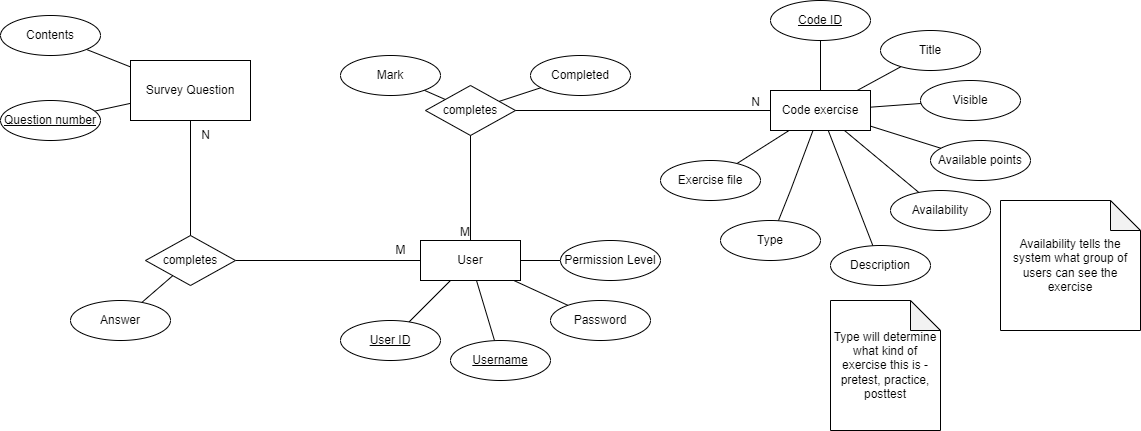
Earlier version of the draw.io export design/ERD.png (otto2048/honours-project). Source tidied: cells renumbered, new cells last; positions are measured from the earlier drawing's top-left corner, leaving out a move shared by most shapes.
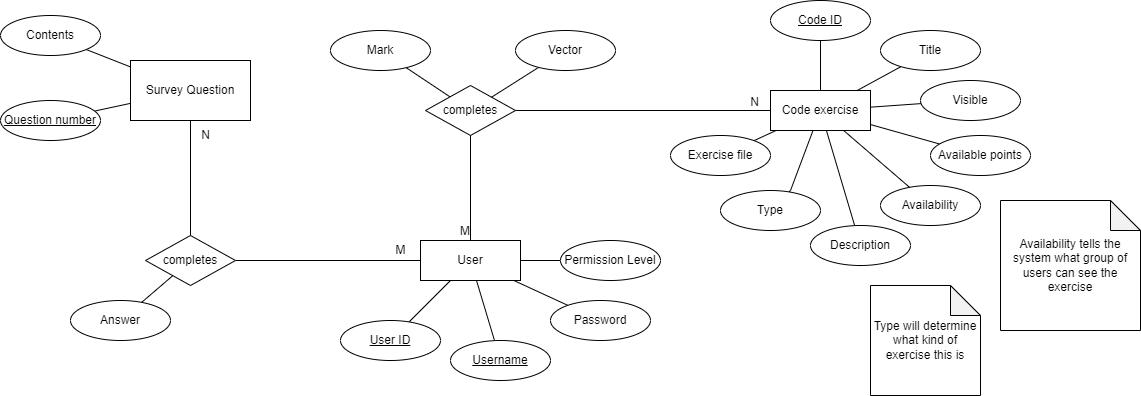
Above is the later version.

Change to the diagram source:
```diff
@@ -41,10 +41,10 @@
       </mxGeometry>
     </mxCell>
     <mxCell id="12" value="Type" style="ellipse;whiteSpace=wrap;html=1;align=center;" parent="1" vertex="1">
-      <mxGeometry x="720" y="220" width="100" height="40" as="geometry" />
+      <mxGeometry x="720" y="190" width="100" height="40" as="geometry" />
     </mxCell>
     <mxCell id="13" value="Mark" style="ellipse;whiteSpace=wrap;html=1;align=center;" parent="1" vertex="1">
-      <mxGeometry x="340" y="55" width="100" height="40" as="geometry" />
+      <mxGeometry x="330" y="30" width="100" height="40" as="geometry" />
     </mxCell>
     <mxCell id="14" style="rounded=0;jettySize=auto;html=1;endArrow=none;endFill=0;" parent="1" edge="1" source="15" target="4">
       <mxGeometry relative="1" as="geometry" />
@@ -80,16 +80,16 @@
       <mxGeometry relative="1" as="geometry" />
     </mxCell>
     <mxCell id="25" value="Description" style="ellipse;whiteSpace=wrap;html=1;align=center;" parent="1" vertex="1">
-      <mxGeometry x="830" y="245" width="100" height="40" as="geometry" />
+      <mxGeometry x="810" y="225" width="100" height="40" as="geometry" />
     </mxCell>
     <mxCell id="26" style="rounded=0;jettySize=auto;html=1;endArrow=none;endFill=0;" parent="1" edge="1" source="27" target="2">
       <mxGeometry relative="1" as="geometry" />
     </mxCell>
     <mxCell id="27" value="Exercise file" style="ellipse;whiteSpace=wrap;html=1;align=center;" parent="1" vertex="1">
-      <mxGeometry x="660" y="160" width="100" height="40" as="geometry" />
+      <mxGeometry x="670" y="135" width="100" height="40" as="geometry" />
     </mxCell>
-    <mxCell id="28" value="Type will determine what kind of exercise this is - pretest, practice, posttest" style="shape=note;whiteSpace=wrap;html=1;backgroundOutline=1;darkOpacity=0.05;" parent="1" vertex="1">
-      <mxGeometry x="830" y="300" width="110" height="130" as="geometry" />
+    <mxCell id="28" value="Type will determine what kind of exercise this is" style="shape=note;whiteSpace=wrap;html=1;backgroundOutline=1;darkOpacity=0.05;" parent="1" vertex="1">
+      <mxGeometry x="870" y="285" width="110" height="110" as="geometry" />
     </mxCell>
     <mxCell id="29" style="rounded=0;jettySize=auto;html=1;endArrow=none;endFill=0;" parent="1" edge="1" source="30" target="4">
       <mxGeometry relative="1" as="geometry" />
@@ -100,8 +100,8 @@
     <mxCell id="31" style="rounded=0;jettySize=auto;html=1;endArrow=none;endFill=0;" parent="1" edge="1" source="32" target="7">
       <mxGeometry relative="1" as="geometry" />
     </mxCell>
-    <mxCell id="32" value="Completed" style="ellipse;whiteSpace=wrap;html=1;align=center;" parent="1" vertex="1">
-      <mxGeometry x="530" y="55" width="100" height="40" as="geometry" />
+    <mxCell id="32" value="Vector" style="ellipse;whiteSpace=wrap;html=1;align=center;" parent="1" vertex="1">
+      <mxGeometry x="515" y="30" width="100" height="40" as="geometry" />
     </mxCell>
     <mxCell id="33" style="rounded=0;jettySize=auto;html=1;endArrow=none;endFill=0;" parent="1" edge="1" source="34" target="2">
       <mxGeometry relative="1" as="geometry" />
@@ -113,7 +113,7 @@
       <mxGeometry relative="1" as="geometry" />
     </mxCell>
     <mxCell id="36" value="Availability" style="ellipse;whiteSpace=wrap;html=1;align=center;" parent="1" vertex="1">
-      <mxGeometry x="890" y="190" width="100" height="40" as="geometry" />
+      <mxGeometry x="880" y="185" width="100" height="40" as="geometry" />
     </mxCell>
     <mxCell id="37" value="Availability tells the system what group of users can see the exercise" style="shape=note;whiteSpace=wrap;html=1;backgroundOutline=1;darkOpacity=0.05;" parent="1" vertex="1">
       <mxGeometry x="1000" y="200" width="140" height="130" as="geometry" />
@@ -155,7 +155,7 @@
       <mxGeometry relative="1" as="geometry" />
     </mxCell>
     <mxCell id="50" value="Available points" style="ellipse;whiteSpace=wrap;html=1;align=center;" parent="1" vertex="1">
-      <mxGeometry x="930" y="140" width="100" height="40" as="geometry" />
+      <mxGeometry x="930" y="135" width="100" height="40" as="geometry" />
     </mxCell>
   </root>
 </mxGraphModel>
```
